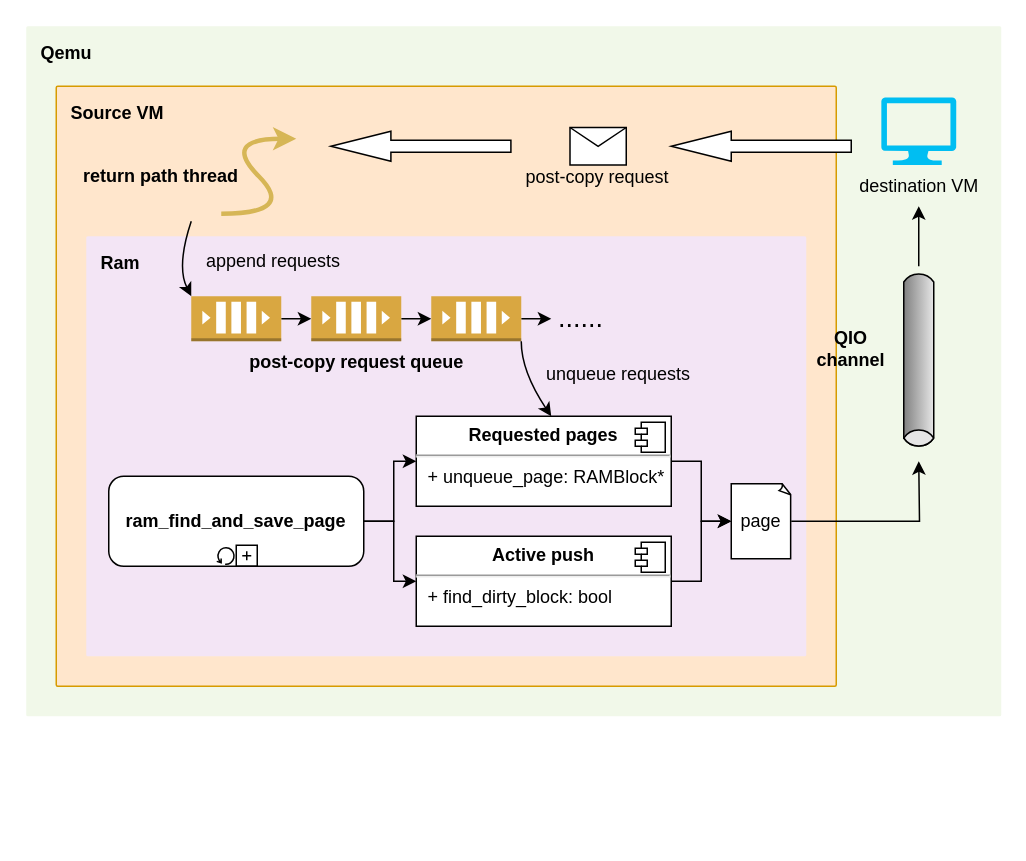
Before: qemu-migration/modified-ram.drawio in xuyizhe1999/drawio, a draw.io diagram. Source tidied: cells renumbered, new cells numbered last; positions are measured from the earlier drawing's top-left corner, leaving out a move shared by most shapes. Both pictures are drawn from the tidied source at 150%, with x=0, y=0 at pixel (26, 26).
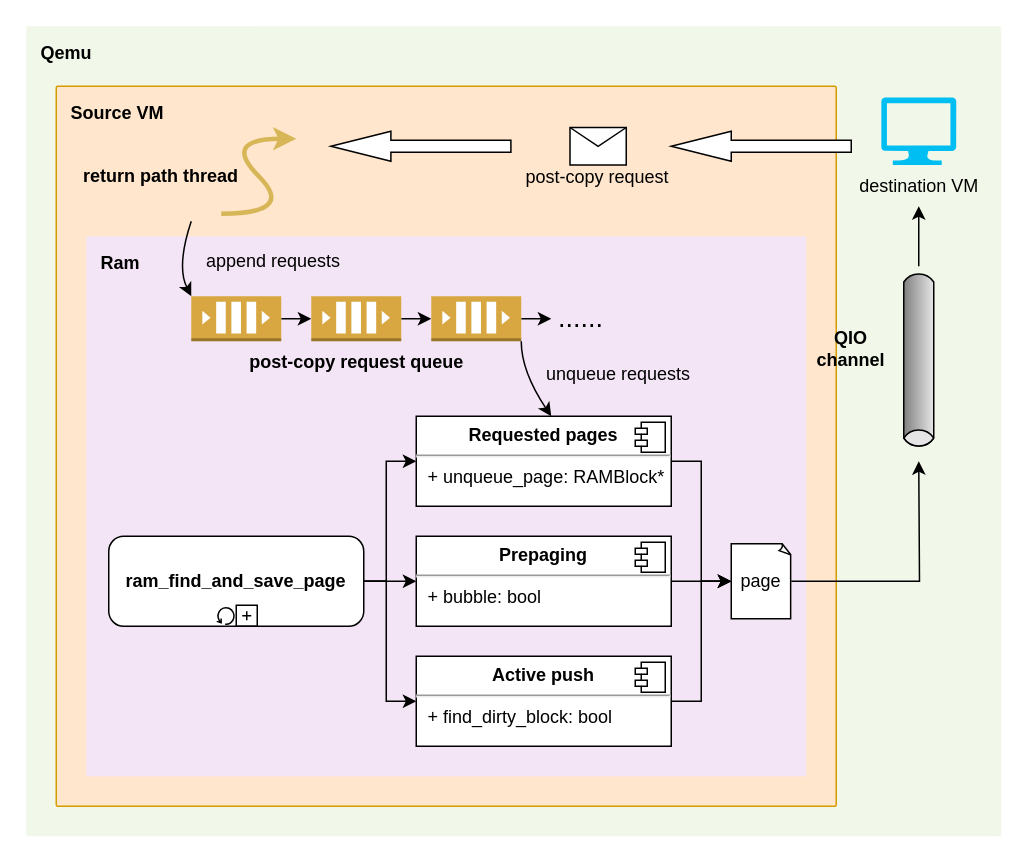
The same diagram, later.

Unchanged cells that the change refers to:
```xml
<mxCell id="21" value="&lt;p style=&quot;margin: 0px ; margin-top: 6px ; text-align: center&quot;&gt;&lt;b&gt;Requested pages&lt;/b&gt;&lt;/p&gt;&lt;hr&gt;&lt;p style=&quot;margin: 0px ; margin-left: 8px&quot;&gt;+ unqueue_page&lt;span&gt;: RAMBlock*&lt;/span&gt;&lt;/p&gt;" style="align=left;overflow=fill;html=1;fontColor=#000000;" parent="1" vertex="1">
  <mxGeometry x="260" y="260" width="170" height="60" as="geometry" />
</mxCell>
```

What changed in the source:
```diff
@@
     <mxCell id="2" value="&lt;b&gt;&lt;font color=&quot;#000000&quot;&gt;Qemu&lt;/font&gt;&lt;/b&gt;" style="sketch=0;rounded=1;absoluteArcSize=1;arcSize=2;html=1;strokeColor=none;gradientColor=none;shadow=0;dashed=0;fontSize=12;fontColor=#9E9E9E;align=left;verticalAlign=top;spacing=10;spacingTop=-4;fillColor=#F1F8E9;" parent="1" vertex="1">
-      <mxGeometry width="650" height="460" as="geometry" />
+      <mxGeometry width="650" height="540" as="geometry" />
     </mxCell>
     <mxCell id="3" value="&lt;b&gt;&lt;font color=&quot;#000000&quot;&gt;Source VM&lt;/font&gt;&lt;/b&gt;" style="sketch=0;rounded=1;absoluteArcSize=1;arcSize=2;html=1;strokeColor=#d79b00;shadow=0;dashed=0;fontSize=12;align=left;verticalAlign=top;spacing=10;spacingTop=-4;fillColor=#ffe6cc;" parent="1" vertex="1">
-      <mxGeometry x="20" y="40" width="520" height="400" as="geometry" />
+      <mxGeometry x="20" y="40" width="520" height="480" as="geometry" />
     </mxCell>
@@
     <mxCell id="7" value="&lt;b&gt;&lt;font color=&quot;#000000&quot;&gt;Ram&lt;/font&gt;&lt;/b&gt;" style="sketch=0;rounded=1;absoluteArcSize=1;arcSize=2;html=1;strokeColor=none;gradientColor=none;shadow=0;dashed=0;fontSize=12;fontColor=#9E9E9E;align=left;verticalAlign=top;spacing=10;spacingTop=-4;fillColor=#F3E5F5;" parent="1" vertex="1">
-      <mxGeometry x="40" y="140" width="480" height="280" as="geometry" />
+      <mxGeometry x="40" y="140" width="480" height="360" as="geometry" />
     </mxCell>
@@
+    <mxCell id="18" style="edgeStyle=orthogonalEdgeStyle;rounded=0;jettySize=auto;html=1;exitX=1;exitY=0.5;exitDx=0;exitDy=0;exitPerimeter=0;entryX=0;entryY=0.5;entryDx=0;entryDy=0;" parent="1" edge="1" source="19" target="21">
+      <mxGeometry relative="1" as="geometry">
+        <Array as="points">
+          <mxPoint x="240" y="370" />
+          <mxPoint x="240" y="290" />
+        </Array>
+      </mxGeometry>
+    </mxCell>
-    <mxCell id="17" style="edgeStyle=orthogonalEdgeStyle;rounded=0;jettySize=auto;html=1;exitX=1;exitY=0.5;exitDx=0;exitDy=0;exitPerimeter=0;entryX=0;entryY=0.5;entryDx=0;entryDy=0;fontSize=12;fontColor=#000000;strokeWidth=1;" parent="1" edge="1" source="19" target="24">
+    <mxCell id="17" style="edgeStyle=orthogonalEdgeStyle;rounded=0;jettySize=auto;html=1;exitX=1;exitY=0.5;exitDx=0;exitDy=0;exitPerimeter=0;entryX=0;entryY=0.5;entryDx=0;entryDy=0;" parent="1" edge="1" source="19" target="24">
       <mxGeometry relative="1" as="geometry" />
     </mxCell>
-    <mxCell id="18" style="edgeStyle=orthogonalEdgeStyle;rounded=0;jettySize=auto;html=1;exitX=1;exitY=0.5;exitDx=0;exitDy=0;exitPerimeter=0;entryX=0;entryY=0.5;entryDx=0;entryDy=0;fontSize=12;fontColor=#000000;strokeWidth=1;" parent="1" edge="1" source="19" target="21">
-      <mxGeometry relative="1" as="geometry" />
-    </mxCell>
+    <mxCell id="37" style="edgeStyle=orthogonalEdgeStyle;rounded=0;jettySize=auto;html=1;exitX=1;exitY=0.5;exitDx=0;exitDy=0;exitPerimeter=0;entryX=0;entryY=0.5;entryDx=0;entryDy=0;" parent="1" edge="1" source="19" target="40">
+      <mxGeometry relative="1" as="geometry">
+        <Array as="points">
+          <mxPoint x="240" y="370" />
+          <mxPoint x="240" y="450" />
+        </Array>
+      </mxGeometry>
+    </mxCell>
     <mxCell id="19" value="ram_find_and_save_page" style="points=[[0.25,0,0],[0.5,0,0],[0.75,0,0],[1,0.25,0],[1,0.5,0],[1,0.75,0],[0.75,1,0],[0.5,1,0],[0.25,1,0],[0,0.75,0],[0,0.5,0],[0,0.25,0]];shape=mxgraph.bpmn.task;whiteSpace=wrap;rectStyle=rounded;size=10;taskMarker=abstract;isLoopStandard=1;isLoopSub=1;rounded=1;fontSize=12;fontColor=#000000;fontStyle=1;" parent="1" vertex="1">
-      <mxGeometry x="55" y="300" width="170" height="60" as="geometry" />
+      <mxGeometry x="55" y="340" width="170" height="60" as="geometry" />
     </mxCell>
-    <mxCell id="20" style="edgeStyle=orthogonalEdgeStyle;rounded=0;jettySize=auto;html=1;exitX=1;exitY=0.5;exitDx=0;exitDy=0;entryX=0;entryY=0.5;entryDx=0;entryDy=0;entryPerimeter=0;fontSize=12;fontColor=#000000;strokeWidth=1;" parent="1" edge="1" source="21" target="29">
+    <mxCell id="20" style="edgeStyle=orthogonalEdgeStyle;rounded=0;jettySize=auto;html=1;exitX=1;exitY=0.5;exitDx=0;exitDy=0;entryX=0;entryY=0.5;entryDx=0;entryDy=0;entryPerimeter=0;" parent="1" edge="1" source="21" target="29">
       <mxGeometry relative="1" as="geometry" />
     </mxCell>
@@
-    <mxCell id="23" style="edgeStyle=orthogonalEdgeStyle;rounded=0;jettySize=auto;html=1;exitX=1;exitY=0.5;exitDx=0;exitDy=0;entryX=0;entryY=0.5;entryDx=0;entryDy=0;entryPerimeter=0;fontSize=12;fontColor=#000000;strokeWidth=1;" parent="1" edge="1" source="24" target="29">
-      <mxGeometry relative="1" as="geometry" />
-    </mxCell>
+    <mxCell id="38" style="edgeStyle=orthogonalEdgeStyle;rounded=0;jettySize=auto;html=1;exitX=1;exitY=0.5;exitDx=0;exitDy=0;" parent="1" edge="1" source="24">
+      <mxGeometry relative="1" as="geometry">
+        <mxPoint x="470" y="370" as="targetPoint" />
+      </mxGeometry>
+    </mxCell>
-    <mxCell id="24" value="&lt;p style=&quot;margin: 0px ; margin-top: 6px ; text-align: center&quot;&gt;&lt;b&gt;Active push&lt;/b&gt;&lt;/p&gt;&lt;hr&gt;&lt;p style=&quot;margin: 0px ; margin-left: 8px&quot;&gt;+ find_dirty_block: bool&lt;br&gt;&lt;/p&gt;" style="align=left;overflow=fill;html=1;fontColor=#000000;" parent="1" vertex="1">
+    <mxCell id="24" value="&lt;p style=&quot;margin: 0px ; margin-top: 6px ; text-align: center&quot;&gt;&lt;b&gt;Prepaging&lt;/b&gt;&lt;/p&gt;&lt;hr&gt;&lt;p style=&quot;margin: 0px ; margin-left: 8px&quot;&gt;+ bubble: bool&lt;br&gt;&lt;/p&gt;" style="align=left;overflow=fill;html=1;fontColor=#000000;" parent="1" vertex="1">
       <mxGeometry x="260" y="340" width="170" height="60" as="geometry" />
     </mxCell>
@@
     <mxCell id="29" value="page" style="whiteSpace=wrap;html=1;shape=mxgraph.basic.document;fontColor=#000000;" parent="1" vertex="1">
-      <mxGeometry x="470" y="305" width="40" height="50" as="geometry" />
+      <mxGeometry x="470" y="345" width="40" height="50" as="geometry" />
     </mxCell>
@@
+    <mxCell id="39" style="edgeStyle=orthogonalEdgeStyle;rounded=0;jettySize=auto;html=1;exitX=1;exitY=0.5;exitDx=0;exitDy=0;" parent="1" edge="1" source="40">
+      <mxGeometry relative="1" as="geometry">
+        <mxPoint x="470" y="370" as="targetPoint" />
+        <Array as="points">
+          <mxPoint x="450" y="450" />
+          <mxPoint x="450" y="370" />
+        </Array>
+      </mxGeometry>
+    </mxCell>
+    <mxCell id="40" value="&lt;p style=&quot;margin: 0px ; margin-top: 6px ; text-align: center&quot;&gt;&lt;b&gt;Active push&lt;/b&gt;&lt;/p&gt;&lt;hr&gt;&lt;p style=&quot;margin: 0px ; margin-left: 8px&quot;&gt;+ find_dirty_block: bool&lt;br&gt;&lt;/p&gt;" style="align=left;overflow=fill;html=1;fontColor=#000000;" parent="1" vertex="1">
+      <mxGeometry x="260" y="420" width="170" height="60" as="geometry" />
+    </mxCell>
+    <mxCell id="41" style="shape=component;jettyWidth=8;jettyHeight=4;fontColor=#000000;" parent="40" vertex="1">
+      <mxGeometry x="1" width="20" height="20" relative="1" as="geometry">
+        <mxPoint x="-24" y="4" as="offset" />
+      </mxGeometry>
+    </mxCell>
```
